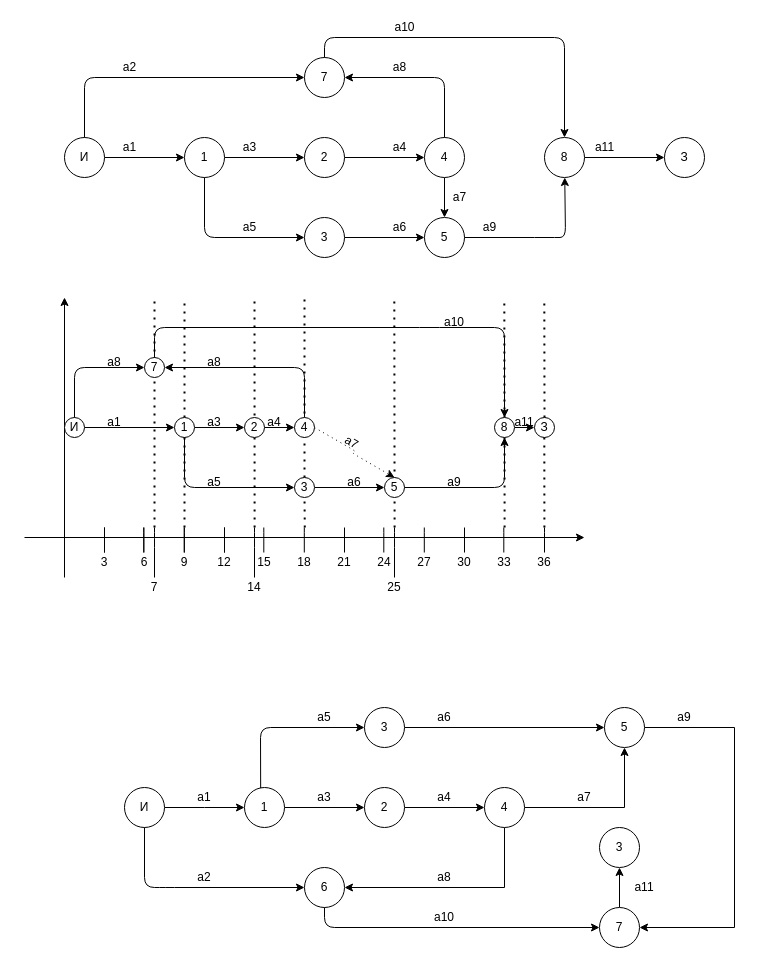
The draw.io diagram Untitled Diagram.drawio in monsegard/praktik, before the edit. Source tidied: cells renumbered, new cells numbered last; positions are measured from the earlier drawing's top-left corner, leaving out a move shared by most shapes. Both pictures are drawn from the tidied source at 100%, with x=0, y=0 at pixel (24, 17).
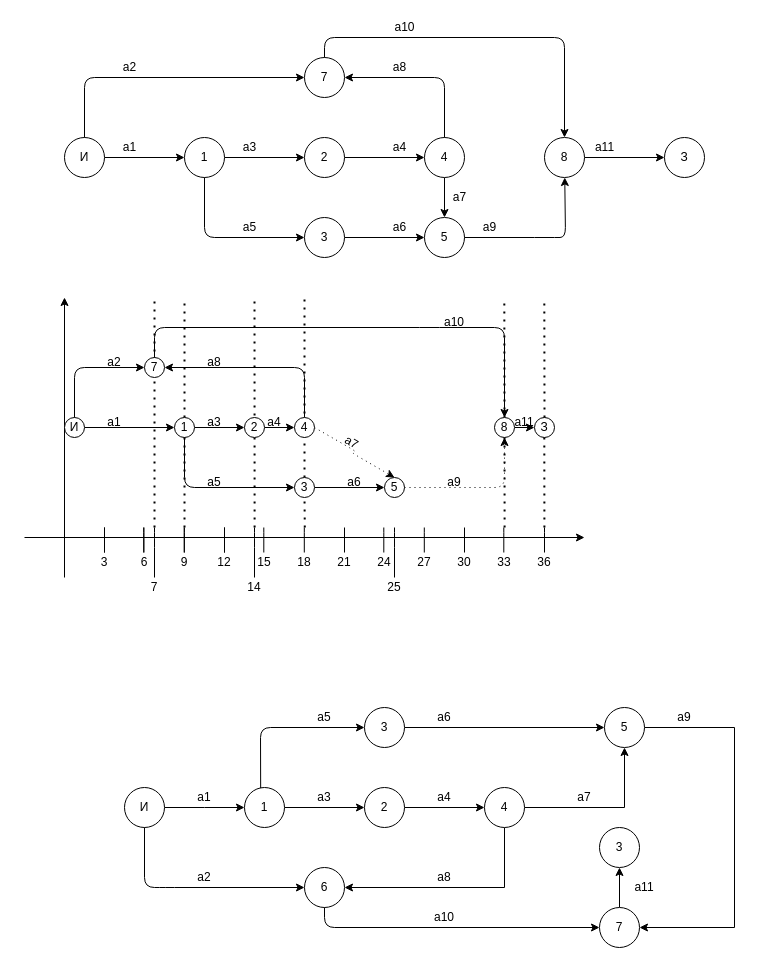
Above is the later version.

The change refers to these unchanged cells:
```xml
<mxCell id="113" value="5" style="ellipse;whiteSpace=wrap;html=1;" parent="1" vertex="1">
  <mxGeometry x="360" y="460" width="20" height="20" as="geometry" />
</mxCell>
```

Diff of the diagram source:
```diff
@@
-    <mxCell id="112" style="endArrow=none;dashed=1;html=1;dashPattern=1 3;strokeWidth=2;" parent="1" edge="1">
-      <mxGeometry relative="1" as="geometry">
-        <mxPoint x="370.1" y="510" as="sourcePoint" />
-        <mxPoint x="369.8" y="280" as="targetPoint" />
-      </mxGeometry>
-    </mxCell>
@@
-    <mxCell id="130" style="endArrow=classic;html=1;fontColor=#000000;exitX=1;exitY=0.5;exitDx=0;exitDy=0;" parent="1" edge="1" source="113">
+    <mxCell id="130" style="endArrow=classic;html=1;fontColor=#000000;exitX=1;exitY=0.5;exitDx=0;exitDy=0;dashed=1;dashPattern=1 4;" parent="1" edge="1" source="113">
       <mxGeometry relative="1" as="geometry">
         <mxPoint x="480" y="420" as="targetPoint" />
         <Array as="points">
           <mxPoint x="480" y="470" />
         </Array>
       </mxGeometry>
     </mxCell>
@@
-    <mxCell id="135" value="a8" style="text;html=1;strokeColor=none;fillColor=none;align=center;verticalAlign=middle;whiteSpace=wrap;rounded=0;shadow=0;labelBackgroundColor=none;sketch=0;fontColor=#000000;" parent="1" vertex="1">
+    <mxCell id="135" value="a2" style="text;html=1;strokeColor=none;fillColor=none;align=center;verticalAlign=middle;whiteSpace=wrap;rounded=0;shadow=0;labelBackgroundColor=none;sketch=0;fontColor=#000000;" parent="1" vertex="1">
       <mxGeometry x="80" y="340" width="20" height="10" as="geometry" />
     </mxCell>
```
